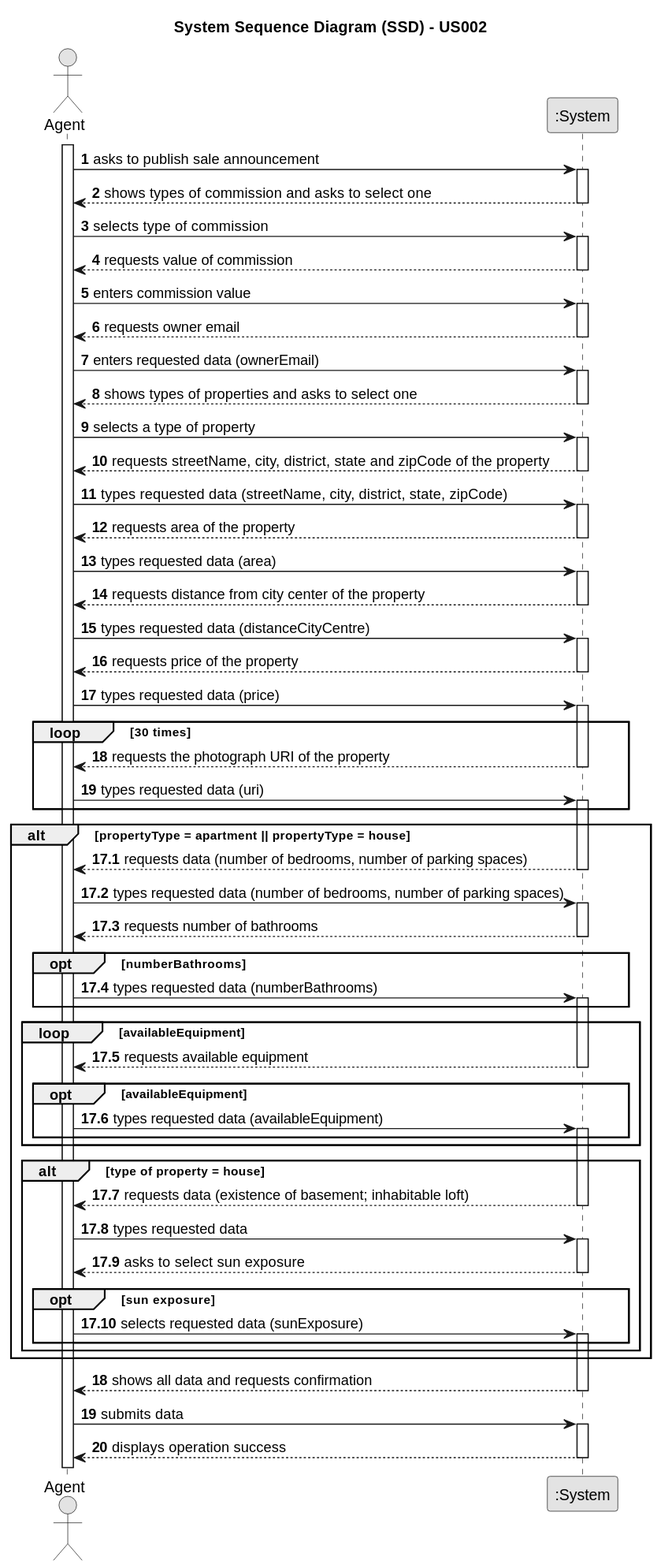
Above: docs/sprintC/us002/01.requirements-engineering/svg/us002-system-sequence-diagram.svg in rita-barbosa/LAPR2-2223 (PlantUML), before the change. Source of this version:
```plantuml
@startuml
skinparam monochrome true
skinparam packageStyle rectangle
skinparam shadowing false

title System Sequence Diagram (SSD) - US002

autonumber

actor "Agent" as Employee
participant ":System" as System

activate Employee

    Employee -> System : asks to publish sale announcement
    activate System

      System --> Employee : shows types of commission and asks to select one
    deactivate System

    Employee -> System : selects type of commission
    activate System

    System --> Employee : requests value of commission
    deactivate System

    Employee -> System : enters commission value
    activate System

    System --> Employee : requests owner email
    deactivate System

    Employee -> System : enters requested data (ownerEmail)
    activate System

    System --> Employee : shows types of properties and asks to select one
    deactivate System

    Employee -> System : selects a type of property
    activate System

    System --> Employee : requests streetName, city, district, state and zipCode of the property
    deactivate System

    Employee -> System : types requested data (streetName, city, district, state, zipCode)
    activate System

    System --> Employee : requests area of the property
    deactivate System

    Employee -> System : types requested data (area)
    activate System

    System --> Employee : requests distance from city center of the property
    deactivate System

    Employee -> System : types requested data (distanceCityCentre)
    activate System

    System --> Employee : requests price of the property
    deactivate System

    Employee -> System : types requested data (price)
    activate System

        loop 30 times
        System --> Employee : requests the photograph URI of the property
        deactivate System
        Employee -> System : types requested data (uri)
        activate System
        end loop


    alt propertyType = apartment || propertyType = house

     autonumber 17.1
        System --> Employee : requests data (number of bedrooms, number of parking spaces)
        deactivate System

        Employee -> System : types requested data (number of bedrooms, number of parking spaces)
        activate System


        System --> Employee : requests number of bathrooms
        deactivate System

            opt numberBathrooms
            Employee -> System : types requested data (numberBathrooms)
            activate System
            end opt

        loop availableEquipment
        System --> Employee : requests available equipment
        deactivate System
            opt availableEquipment
                Employee -> System : types requested data (availableEquipment)
                activate System
            end opt
        end loop

        alt type of property = house

        System --> Employee : requests data (existence of basement; inhabitable loft)
        deactivate System

        Employee -> System : types requested data
        activate System

        System --> Employee : asks to select sun exposure
        deactivate System

            opt sun exposure
            Employee -> System : selects requested data (sunExposure)
            activate System
            end opt

        end
    end
    autonumber 18
        System --> Employee : shows all data and requests confirmation
    deactivate System

    Employee -> System : submits data
    activate System

        System --> Employee : displays operation success
    deactivate System
@enduml
```
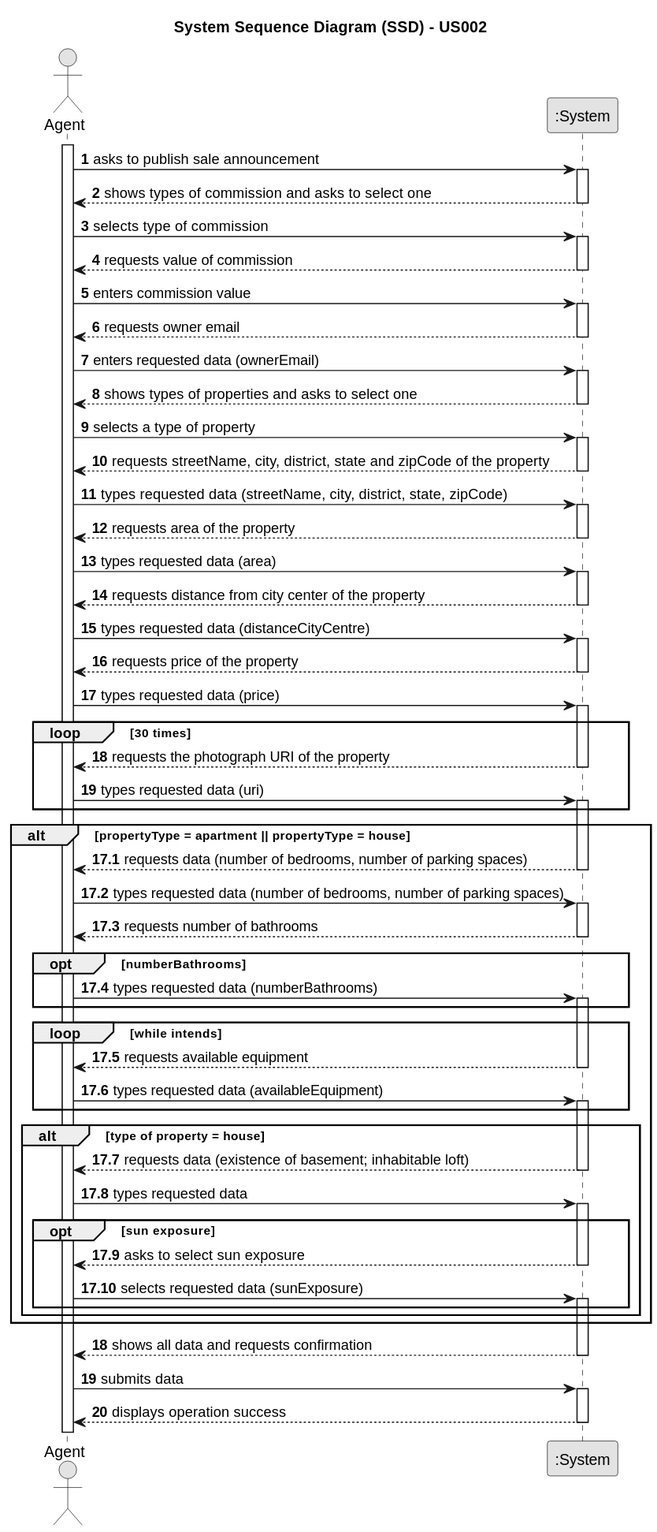
After the change.

What changed in the source:
```diff
@@ -89,13 +89,12 @@
             activate System
             end opt
 
-        loop availableEquipment
+        loop while intends
         System --> Employee : requests available equipment
         deactivate System
-            opt availableEquipment
-                Employee -> System : types requested data (availableEquipment)
-                activate System
-            end opt
+
+        Employee -> System : types requested data (availableEquipment)
+        activate System
         end loop
 
         alt type of property = house
@@ -106,10 +105,9 @@
         Employee -> System : types requested data
         activate System
 
-        System --> Employee : asks to select sun exposure
-        deactivate System
-
             opt sun exposure
+            System --> Employee : asks to select sun exposure
+            deactivate System
             Employee -> System : selects requested data (sunExposure)
             activate System
             end opt
```
